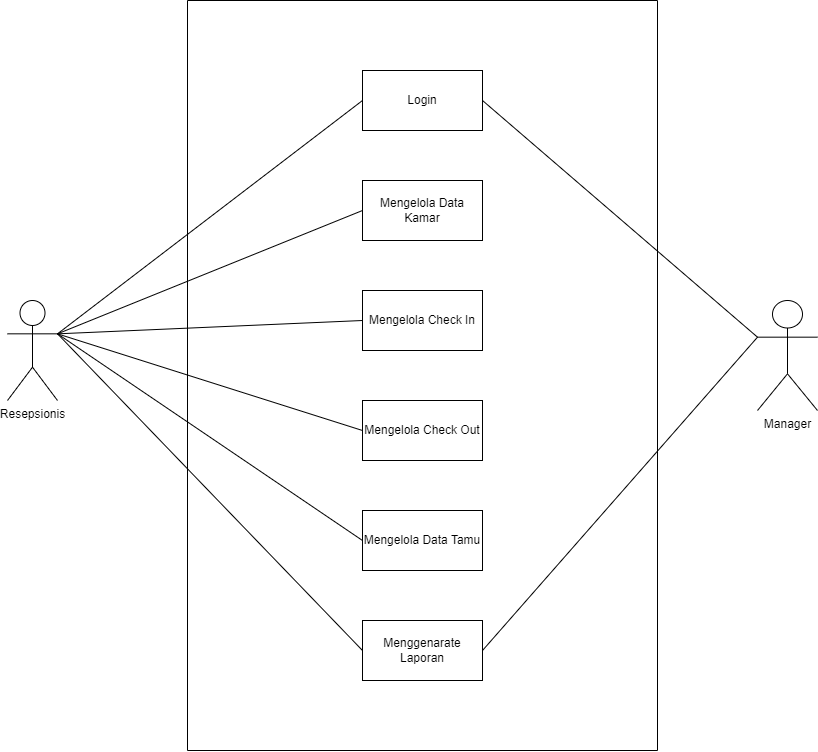
lutfiainnun/Kelompok6 keeps this draw.io diagram as Image SRS/antarmuka sistem 1.png. Above is the earlier version. Source tidied: cells renumbered, new cells last; positions are measured from the earlier drawing's top-left corner, leaving out a move shared by most shapes.
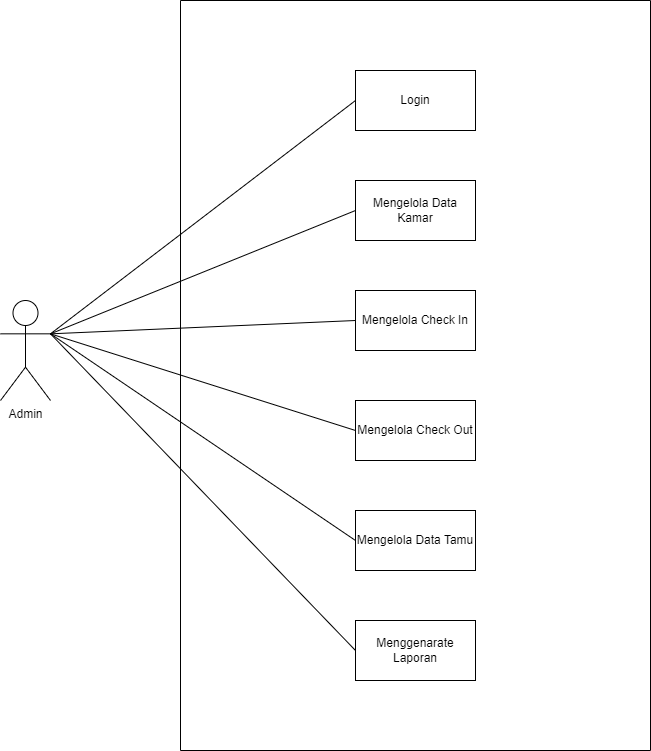
Above is the later version.

Change to the diagram source:
```diff
@@ -23,12 +23,9 @@
     <mxCell id="8" value="Mengelola Data Tamu" style="rounded=0;whiteSpace=wrap;html=1;" parent="2" vertex="1">
       <mxGeometry x="175" y="510" width="120" height="60" as="geometry" />
     </mxCell>
-    <mxCell id="9" value="Resepsionis" style="shape=umlActor;verticalLabelPosition=bottom;verticalAlign=top;html=1;outlineConnect=0;" parent="1" vertex="1">
+    <mxCell id="9" value="Admin" style="shape=umlActor;verticalLabelPosition=bottom;verticalAlign=top;html=1;outlineConnect=0;" parent="1" vertex="1">
       <mxGeometry y="300" width="50" height="100" as="geometry" />
     </mxCell>
-    <mxCell id="10" value="Manager" style="shape=umlActor;verticalLabelPosition=bottom;verticalAlign=top;html=1;outlineConnect=0;" parent="1" vertex="1">
-      <mxGeometry x="750" y="300" width="60" height="110" as="geometry" />
-    </mxCell>
     <mxCell id="11" style="endArrow=none;html=1;rounded=0;entryX=0;entryY=0.5;entryDx=0;entryDy=0;exitX=1;exitY=0.3333333333333333;exitDx=0;exitDy=0;exitPerimeter=0;" parent="1" edge="1" source="9" target="3">
       <mxGeometry relative="1" as="geometry" />
     </mxCell>
@@ -44,12 +41,6 @@
     <mxCell id="15" style="endArrow=none;html=1;rounded=0;entryX=0;entryY=0.5;entryDx=0;entryDy=0;exitX=1;exitY=0.3333333333333333;exitDx=0;exitDy=0;exitPerimeter=0;" parent="1" edge="1" source="9" target="7">
       <mxGeometry relative="1" as="geometry" />
     </mxCell>
-    <mxCell id="16" style="endArrow=none;html=1;rounded=0;exitX=1;exitY=0.5;exitDx=0;exitDy=0;entryX=0;entryY=0.3333333333333333;entryDx=0;entryDy=0;entryPerimeter=0;" parent="1" edge="1" source="3" target="10">
-      <mxGeometry relative="1" as="geometry" />
-    </mxCell>
-    <mxCell id="17" style="endArrow=none;html=1;rounded=0;exitX=1;exitY=0.5;exitDx=0;exitDy=0;entryX=0;entryY=0.3333333333333333;entryDx=0;entryDy=0;entryPerimeter=0;" parent="1" edge="1" source="7" target="10">
-      <mxGeometry relative="1" as="geometry" />
-    </mxCell>
     <mxCell id="18" style="endArrow=none;html=1;rounded=0;exitX=0;exitY=0.5;exitDx=0;exitDy=0;entryX=1;entryY=0.3333333333333333;entryDx=0;entryDy=0;entryPerimeter=0;" parent="1" edge="1" source="8" target="9">
       <mxGeometry relative="1" as="geometry" />
     </mxCell>
```
